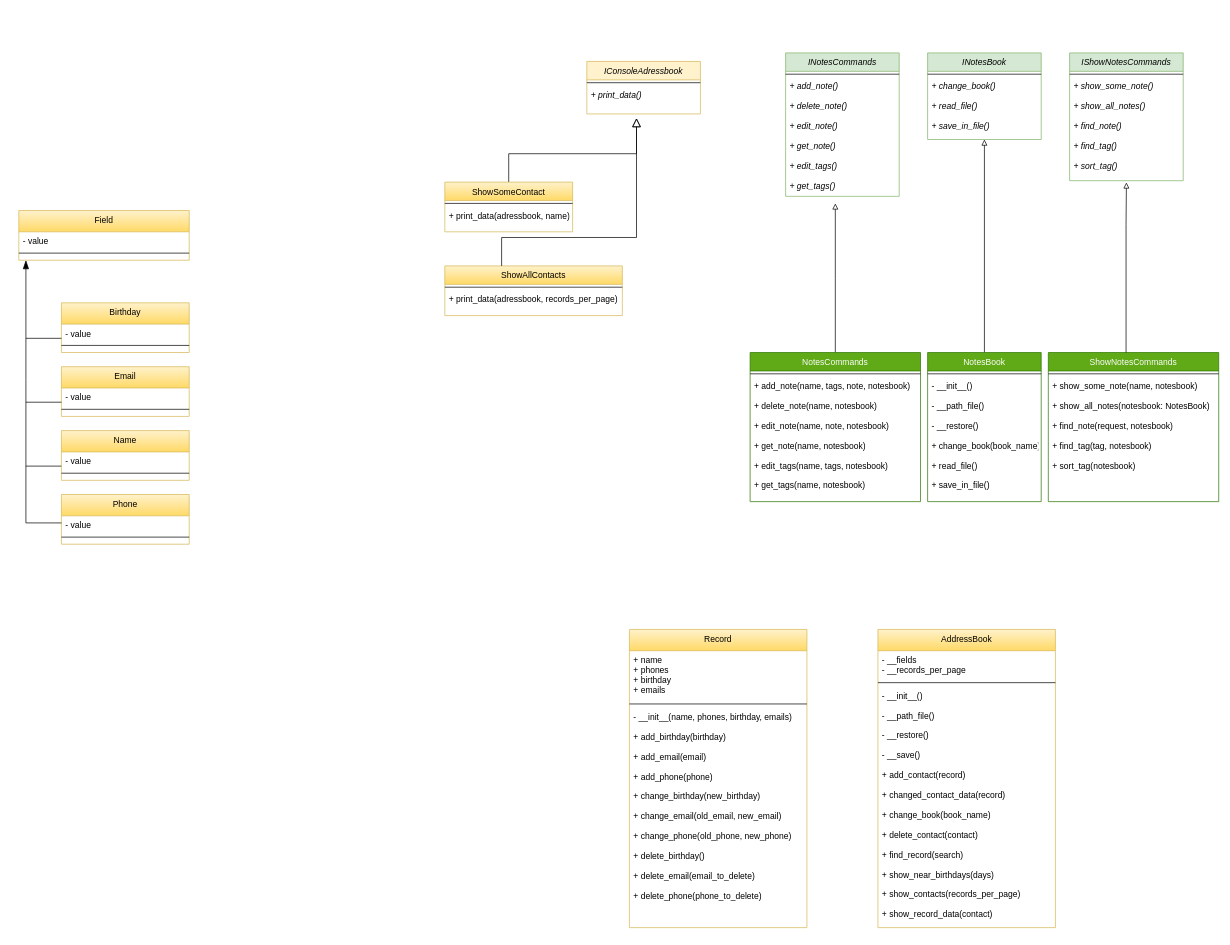
Above: Диаграмма без названия.drawio in Raraot/github-pi (draw.io), before the change. Source tidied: cells renumbered, new cells numbered last; positions are measured from the earlier drawing's top-left corner, leaving out a move shared by most shapes. Both pictures are drawn from the tidied source at 71%, with x=0, y=0 at pixel (-31, 53).
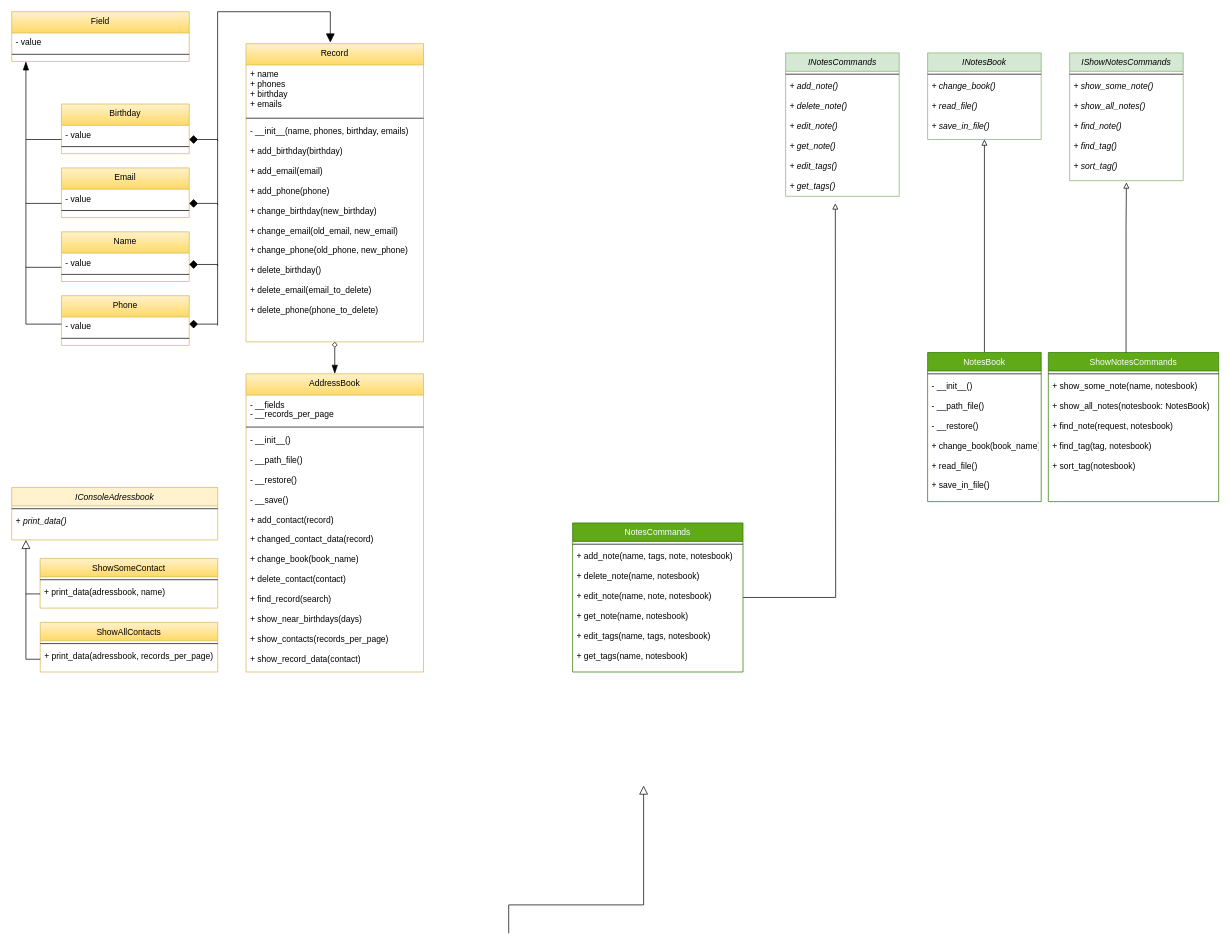
The same page after the edit.

The change refers to these unchanged cells:
```xml
<mxCell id="32" value="+ print_data(adressbook, records_per_page)" style="text;align=left;verticalAlign=top;spacingLeft=4;spacingRight=4;overflow=hidden;points=[[0,0.5],[1,0.5]];portConstraint=eastwest;fontStyle=0;" parent="30" vertex="1">
  <mxGeometry y="34" width="250" height="36" as="geometry" />
</mxCell>
<mxCell id="44" value="- value" style="text;align=left;verticalAlign=top;spacingLeft=4;spacingRight=4;overflow=hidden;points=[[0,0.5],[1,0.5]];portConstraint=eastwest;fontStyle=0;" parent="43" vertex="1">
  <mxGeometry y="30" width="180" height="20" as="geometry" />
</mxCell>
<mxCell id="47" value="- value" style="text;align=left;verticalAlign=top;spacingLeft=4;spacingRight=4;overflow=hidden;points=[[0,0.5],[1,0.5]];portConstraint=eastwest;fontStyle=0;" parent="46" vertex="1">
  <mxGeometry y="30" width="180" height="20" as="geometry" />
</mxCell>
```

Change to the diagram source:
```diff
@@
-    <mxCell id="2" style="endArrow=block;endSize=10;endFill=0;shadow=0;strokeWidth=1;rounded=0;edgeStyle=elbowEdgeStyle;elbow=vertical;exitX=0.5;exitY=0;exitDx=0;exitDy=0;" parent="1" edge="1" source="27">
-      <mxGeometry relative="1" as="geometry">
-        <mxPoint x="940" y="92" as="targetPoint" />
-        <Array as="points">
-          <mxPoint x="870" y="142" />
-        </Array>
-      </mxGeometry>
-    </mxCell>
@@
     <mxCell id="14" value="NotesCommands" style="swimlane;fontStyle=0;align=center;verticalAlign=top;horizontal=1;startSize=26;rounded=0;shadow=0;strokeWidth=1;fillColor=#60a917;fontColor=#ffffff;strokeColor=#2D7600;" parent="1" vertex="1">
-      <mxGeometry x="1100" y="422" width="240" height="210" as="geometry" />
+      <mxGeometry x="850" y="662" width="240" height="210" as="geometry" />
     </mxCell>
@@
     <mxCell id="24" value="IConsoleAdressbook" style="swimlane;fontStyle=2;align=center;verticalAlign=top;horizontal=1;startSize=26;rounded=0;shadow=0;strokeWidth=1;fillColor=#fff2cc;strokeColor=#d6b656;" parent="1" vertex="1">
-      <mxGeometry x="870" y="12" width="160" height="74" as="geometry" />
+      <mxGeometry x="60" y="612" width="290.2" height="74" as="geometry" />
     </mxCell>
     <mxCell id="25" style="line;html=1;strokeWidth=1;align=left;verticalAlign=middle;spacingTop=-1;spacingLeft=3;spacingRight=3;labelPosition=right;" parent="24" vertex="1">
-      <mxGeometry y="26" width="160" height="8" as="geometry" />
+      <mxGeometry y="26" width="290.2" height="8" as="geometry" />
     </mxCell>
     <mxCell id="26" value="+ print_data()" style="text;align=left;verticalAlign=top;spacingLeft=4;spacingRight=4;overflow=hidden;fontStyle=2;" parent="24" vertex="1">
-      <mxGeometry y="34" width="160" height="36" as="geometry" />
+      <mxGeometry y="34" width="290.2" height="36" as="geometry" />
     </mxCell>
     <mxCell id="27" value="ShowSomeContact" style="swimlane;fontStyle=0;align=center;verticalAlign=top;horizontal=1;startSize=26;rounded=0;shadow=0;strokeWidth=1;fillColor=#fff2cc;strokeColor=#d6b656;gradientColor=#ffd966;" parent="1" vertex="1">
-      <mxGeometry x="670" y="182" width="180" height="70" as="geometry" />
+      <mxGeometry x="100" y="712" width="250.2" height="70" as="geometry" />
     </mxCell>
     <mxCell id="28" style="line;html=1;strokeWidth=1;align=left;verticalAlign=middle;spacingTop=-1;spacingLeft=3;spacingRight=3;labelPosition=right;" parent="27" vertex="1">
-      <mxGeometry y="26" width="180" height="8" as="geometry" />
+      <mxGeometry y="26" width="250.2" height="8" as="geometry" />
     </mxCell>
     <mxCell id="29" value="+ print_data(adressbook, name)" style="text;align=left;verticalAlign=top;spacingLeft=4;spacingRight=4;overflow=hidden;fontStyle=0;" parent="27" vertex="1">
-      <mxGeometry y="34" width="180" height="36" as="geometry" />
+      <mxGeometry y="34" width="250.2" height="36" as="geometry" />
     </mxCell>
     <mxCell id="30" value="ShowAllContacts" style="swimlane;fontStyle=0;align=center;verticalAlign=top;horizontal=1;startSize=26;rounded=0;shadow=0;strokeWidth=1;fillColor=#fff2cc;strokeColor=#d6b656;gradientColor=#ffd966;" parent="1" vertex="1">
-      <mxGeometry x="670" y="300" width="250" height="70" as="geometry" />
+      <mxGeometry x="100.2" y="802" width="250" height="70" as="geometry" />
     </mxCell>
@@
     <mxCell id="33" style="endArrow=block;endSize=10;endFill=0;shadow=0;strokeWidth=1;rounded=0;edgeStyle=elbowEdgeStyle;elbow=vertical;exitX=0.5;exitY=0;exitDx=0;exitDy=0;" parent="1" edge="1">
       <mxGeometry relative="1" as="geometry">
-        <mxPoint x="750" y="300" as="sourcePoint" />
-        <mxPoint x="940" y="92" as="targetPoint" />
+        <mxPoint x="760" y="1240" as="sourcePoint" />
+        <mxPoint x="950" y="1032" as="targetPoint" />
         <Array as="points">
-          <mxPoint x="860" y="260" />
+          <mxPoint x="870" y="1200" />
         </Array>
       </mxGeometry>
     </mxCell>
     <mxCell id="34" value="Field" style="swimlane;fontStyle=0;align=center;verticalAlign=top;horizontal=1;startSize=30;rounded=0;shadow=0;strokeWidth=1;fillColor=#fff2cc;strokeColor=#d6b656;gradientColor=#ffd966;" parent="1" vertex="1">
-      <mxGeometry x="70" y="222" width="240" height="70" as="geometry" />
+      <mxGeometry x="60" y="-58" width="250" height="70" as="geometry" />
     </mxCell>
     <mxCell id="35" value="- value" style="text;align=left;verticalAlign=top;spacingLeft=4;spacingRight=4;overflow=hidden;fontStyle=0;" parent="34" vertex="1">
-      <mxGeometry y="30" width="240" height="20" as="geometry" />
+      <mxGeometry y="30" width="250" height="20" as="geometry" />
     </mxCell>
     <mxCell id="36" style="line;html=1;strokeWidth=1;align=left;verticalAlign=middle;spacingTop=-1;spacingLeft=3;spacingRight=3;labelPosition=right;" parent="34" vertex="1">
-      <mxGeometry y="50" width="240" height="20" as="geometry" />
+      <mxGeometry y="50" width="250" height="20" as="geometry" />
     </mxCell>
     <mxCell id="37" value="Birthday" style="swimlane;fontStyle=0;align=center;verticalAlign=top;horizontal=1;startSize=30;rounded=0;shadow=0;strokeWidth=1;fillColor=#fff2cc;strokeColor=#d6b656;gradientColor=#ffd966;" parent="1" vertex="1">
-      <mxGeometry x="130" y="352" width="180" height="70" as="geometry" />
+      <mxGeometry x="130" y="72" width="180" height="70" as="geometry" />
     </mxCell>
@@
     <mxCell id="40" value="Email" style="swimlane;fontStyle=0;align=center;verticalAlign=top;horizontal=1;startSize=30;rounded=0;shadow=0;strokeWidth=1;fillColor=#fff2cc;strokeColor=#d6b656;gradientColor=#ffd966;" parent="1" vertex="1">
-      <mxGeometry x="130" y="442" width="180" height="70" as="geometry" />
+      <mxGeometry x="130" y="162" width="180" height="70" as="geometry" />
     </mxCell>
@@
     <mxCell id="43" value="Name" style="swimlane;fontStyle=0;align=center;verticalAlign=top;horizontal=1;startSize=30;rounded=0;shadow=0;strokeWidth=1;fillColor=#fff2cc;strokeColor=#d6b656;gradientColor=#ffd966;" parent="1" vertex="1">
-      <mxGeometry x="130" y="532" width="180" height="70" as="geometry" />
+      <mxGeometry x="130" y="252" width="180" height="70" as="geometry" />
     </mxCell>
@@
     <mxCell id="46" value="Phone" style="swimlane;fontStyle=0;align=center;verticalAlign=top;horizontal=1;startSize=30;rounded=0;shadow=0;strokeWidth=1;fillColor=#fff2cc;strokeColor=#d6b656;gradientColor=#ffd966;" parent="1" vertex="1">
-      <mxGeometry x="130" y="622" width="180" height="70" as="geometry" />
+      <mxGeometry x="130" y="342" width="180" height="70" as="geometry" />
     </mxCell>
@@
     <mxCell id="49" value="Record" style="swimlane;fontStyle=0;align=center;verticalAlign=top;horizontal=1;startSize=30;rounded=0;shadow=0;strokeWidth=1;fillColor=#fff2cc;strokeColor=#d6b656;gradientColor=#ffd966;" parent="1" vertex="1">
-      <mxGeometry x="930" y="812" width="250" height="420" as="geometry" />
+      <mxGeometry x="390" y="-13" width="250" height="420" as="geometry" />
     </mxCell>
@@
+    <mxCell id="62" style="endArrow=block;endSize=10;endFill=1;shadow=0;strokeWidth=1;rounded=0;edgeStyle=elbowEdgeStyle;elbow=vertical;entryX=0.475;entryY=-0.004;entryDx=0;entryDy=0;entryPerimeter=0;" parent="49" edge="1" target="49">
+      <mxGeometry relative="1" as="geometry">
+        <mxPoint x="-40" y="395" as="sourcePoint" />
+        <Array as="points">
+          <mxPoint x="40" y="-45" />
+        </Array>
+      </mxGeometry>
+    </mxCell>
@@
     <mxCell id="53" value="AddressBook" style="swimlane;fontStyle=0;align=center;verticalAlign=top;horizontal=1;startSize=30;rounded=0;shadow=0;strokeWidth=1;fillColor=#fff2cc;strokeColor=#d6b656;gradientColor=#ffd966;" parent="1" vertex="1">
-      <mxGeometry x="1280" y="812" width="250" height="420" as="geometry" />
+      <mxGeometry x="390" y="452" width="250" height="420" as="geometry" />
     </mxCell>
@@
     <mxCell id="57" style="endArrow=blockThin;endSize=10;endFill=1;shadow=0;strokeWidth=1;rounded=0;edgeStyle=elbowEdgeStyle;elbow=vertical;" parent="1" edge="1">
       <mxGeometry relative="1" as="geometry">
-        <mxPoint x="80" y="662" as="sourcePoint" />
-        <mxPoint x="80" y="292" as="targetPoint" />
+        <mxPoint x="80" y="382" as="sourcePoint" />
+        <mxPoint x="80" y="12" as="targetPoint" />
         <Array as="points">
-          <mxPoint y="460" />
+          <mxPoint y="180" />
         </Array>
       </mxGeometry>
     </mxCell>
     <mxCell id="58" style="endArrow=none;html=1;rounded=0;entryX=0;entryY=0.5;entryDx=0;entryDy=0;" parent="1" edge="1" target="47">
       <mxGeometry relative="1" as="geometry">
-        <mxPoint x="80" y="662" as="sourcePoint" />
+        <mxPoint x="80" y="382" as="sourcePoint" />
       </mxGeometry>
     </mxCell>
     <mxCell id="59" style="endArrow=none;html=1;rounded=0;entryX=-0.001;entryY=1;entryDx=0;entryDy=0;entryPerimeter=0;" parent="1" edge="1" target="44">
       <mxGeometry relative="1" as="geometry">
-        <mxPoint x="80" y="582" as="sourcePoint" />
+        <mxPoint x="80" y="302" as="sourcePoint" />
       </mxGeometry>
     </mxCell>
     <mxCell id="60" style="endArrow=none;html=1;rounded=0;entryX=0;entryY=0.5;entryDx=0;entryDy=0;" parent="1" edge="1">
       <mxGeometry relative="1" as="geometry">
-        <mxPoint x="80" y="492" as="sourcePoint" />
-        <mxPoint x="130" y="492" as="targetPoint" />
+        <mxPoint x="80" y="212" as="sourcePoint" />
+        <mxPoint x="130" y="212" as="targetPoint" />
       </mxGeometry>
     </mxCell>
     <mxCell id="61" style="endArrow=none;html=1;rounded=0;entryX=0;entryY=0.5;entryDx=0;entryDy=0;" parent="1" edge="1">
       <mxGeometry relative="1" as="geometry">
-        <mxPoint x="80" y="402" as="sourcePoint" />
-        <mxPoint x="130" y="402" as="targetPoint" />
+        <mxPoint x="80" y="122" as="sourcePoint" />
+        <mxPoint x="130" y="122" as="targetPoint" />
       </mxGeometry>
     </mxCell>
+    <mxCell id="63" style="endArrow=diamond;endSize=10;endFill=1;shadow=0;strokeWidth=1;rounded=0;edgeStyle=elbowEdgeStyle;elbow=vertical;" parent="1" edge="1">
+      <mxGeometry relative="1" as="geometry">
+        <mxPoint x="350" y="384" as="sourcePoint" />
+        <mxPoint x="310" y="382" as="targetPoint" />
+        <Array as="points">
+          <mxPoint x="470" y="382" />
+        </Array>
+      </mxGeometry>
+    </mxCell>
+    <mxCell id="64" style="endArrow=diamond;endSize=10;endFill=1;shadow=0;strokeWidth=1;rounded=0;edgeStyle=elbowEdgeStyle;elbow=vertical;" parent="1" edge="1">
+      <mxGeometry relative="1" as="geometry">
+        <mxPoint x="350" y="300" as="sourcePoint" />
+        <mxPoint x="310" y="298" as="targetPoint" />
+        <Array as="points">
+          <mxPoint x="470" y="298" />
+        </Array>
+      </mxGeometry>
+    </mxCell>
+    <mxCell id="65" style="endArrow=diamond;endSize=10;endFill=1;shadow=0;strokeWidth=1;rounded=0;edgeStyle=elbowEdgeStyle;elbow=vertical;" parent="1" edge="1">
+      <mxGeometry relative="1" as="geometry">
+        <mxPoint x="350" y="214" as="sourcePoint" />
+        <mxPoint x="310" y="212" as="targetPoint" />
+        <Array as="points">
+          <mxPoint x="470" y="212" />
+        </Array>
+      </mxGeometry>
+    </mxCell>
+    <mxCell id="66" style="endArrow=diamond;endSize=10;endFill=1;shadow=0;strokeWidth=1;rounded=0;edgeStyle=elbowEdgeStyle;elbow=vertical;" parent="1" edge="1">
+      <mxGeometry relative="1" as="geometry">
+        <mxPoint x="350" y="124" as="sourcePoint" />
+        <mxPoint x="310" y="122" as="targetPoint" />
+        <Array as="points">
+          <mxPoint x="470" y="122" />
+        </Array>
+      </mxGeometry>
+    </mxCell>
+    <mxCell id="67" style="endArrow=block;endSize=10;endFill=0;shadow=0;strokeWidth=1;rounded=0;edgeStyle=elbowEdgeStyle;elbow=vertical;exitX=0;exitY=0.5;exitDx=0;exitDy=0;" parent="1" edge="1" source="32">
+      <mxGeometry relative="1" as="geometry">
+        <mxPoint x="80" y="686" as="targetPoint" />
+        <Array as="points">
+          <mxPoint y="854" />
+        </Array>
+      </mxGeometry>
+    </mxCell>
+    <mxCell id="68" style="endArrow=none;html=1;rounded=0;" parent="1" edge="1">
+      <mxGeometry relative="1" as="geometry">
+        <mxPoint x="80" y="762" as="sourcePoint" />
+        <mxPoint x="100" y="762" as="targetPoint" />
+      </mxGeometry>
+    </mxCell>
+    <mxCell id="69" style="endArrow=blockThin;endSize=10;endFill=1;shadow=0;strokeWidth=1;rounded=0;edgeStyle=elbowEdgeStyle;elbow=vertical;entryX=0.5;entryY=0;entryDx=0;entryDy=0;exitX=0.5;exitY=1;exitDx=0;exitDy=0;startArrow=diamond;startFill=0;targetPerimeterSpacing=10;sourcePerimeterSpacing=6;" parent="1" edge="1" source="49" target="53">
+      <mxGeometry relative="1" as="geometry" />
+    </mxCell>
```
